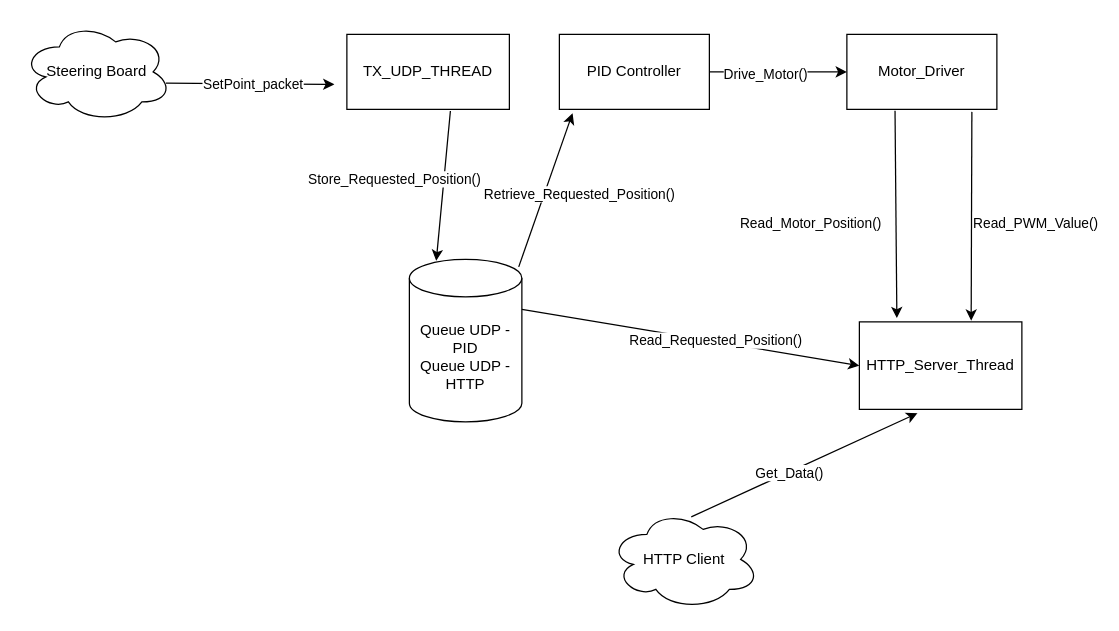
Before: docs/diagrams/dfd_control_board.drawio in fabiesposit/Digital-Steer-by-Wire-Motor-Controller-, a draw.io diagram. Source tidied: cells renumbered, new cells numbered last; positions are measured from the earlier drawing's top-left corner, leaving out a move shared by most shapes. Both pictures are drawn from the tidied source at 125%, with x=0, y=0 at pixel (21, 21).
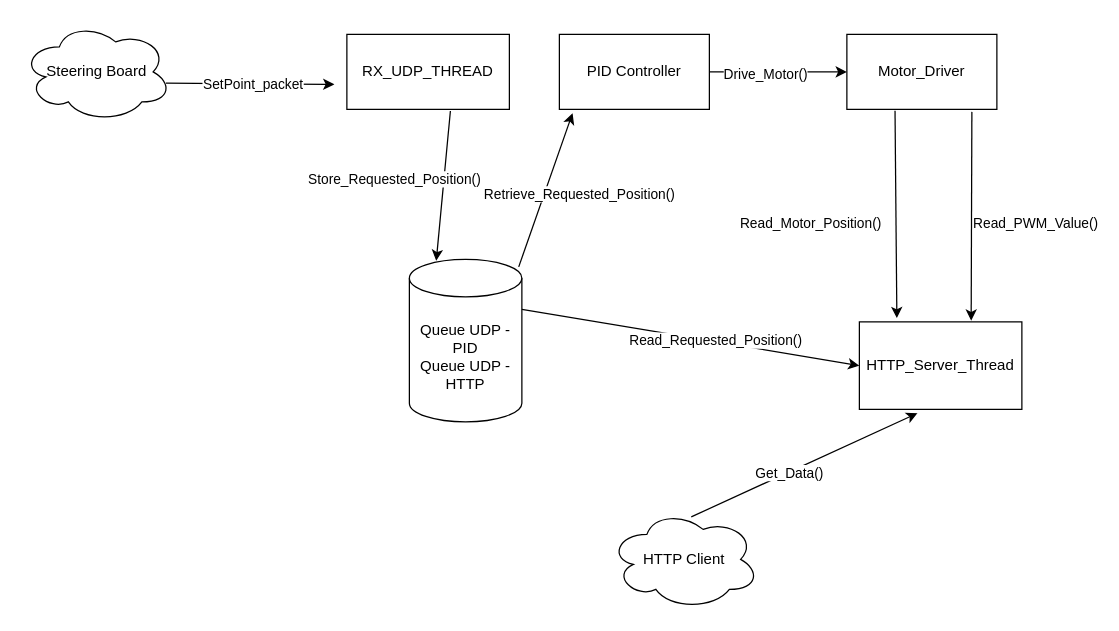
The same diagram, later.

What changed in the source:
```diff
@@
-    <mxCell id="3" value="TX_UDP_THREAD" style="rounded=0;whiteSpace=wrap;html=1;" parent="1" vertex="1">
+    <mxCell id="3" value="RX_UDP_THREAD" style="rounded=0;whiteSpace=wrap;html=1;" parent="1" vertex="1">
       <mxGeometry x="260" y="10" width="130" height="60" as="geometry" />
     </mxCell>
```
